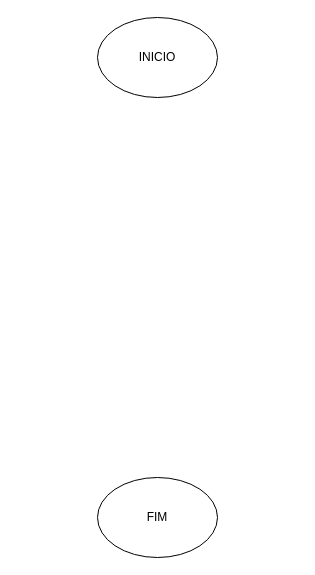
This is FLUXOGRAMA 1/2.drawio from Daniel01-pro/fluxogramas, a draw.io file, before an edit. Source tidied: cells renumbered, new cells numbered last; positions are measured from the earlier drawing's top-left corner, leaving out a move shared by most shapes. Both pictures are drawn from the tidied source at 100%, with x=0, y=0 at pixel (97, 17).
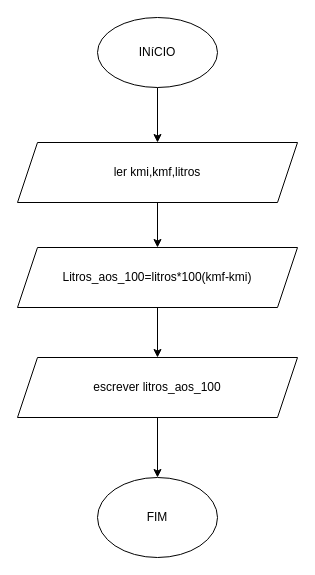
After the change.

Commit message:
Atualizar 2.drawio exercicios carro 100 km

Change to the diagram source:
```diff
@@
 <mxGraphModel>
   <root>
     <mxCell id="0" />
     <mxCell id="1" parent="0" />
+    <mxCell id="4" style="edgeStyle=orthogonalEdgeStyle;rounded=0;jettySize=auto;html=1;entryX=0.5;entryY=0;entryDx=0;entryDy=0;" parent="1" edge="1" source="2" target="6">
+      <mxGeometry relative="1" as="geometry" />
+    </mxCell>
-    <mxCell id="2" value="INICIO" style="ellipse;whiteSpace=wrap;html=1;shapeInside=1;" parent="1" vertex="1">
-      <mxGeometry width="120" height="80" as="geometry" />
+    <mxCell id="2" value="INíCIO" style="ellipse;whiteSpace=wrap;html=1;shapeInside=1;" parent="1" vertex="1">
+      <mxGeometry width="120" height="70" as="geometry" />
     </mxCell>
     <mxCell id="3" value="FIM" style="ellipse;whiteSpace=wrap;html=1;shapeInside=1;" parent="1" vertex="1">
       <mxGeometry y="460" width="120" height="80" as="geometry" />
     </mxCell>
+    <mxCell id="5" style="edgeStyle=orthogonalEdgeStyle;rounded=0;jettySize=auto;html=1;entryX=0.5;entryY=0;entryDx=0;entryDy=0;" parent="1" edge="1" source="6" target="8">
+      <mxGeometry relative="1" as="geometry" />
+    </mxCell>
+    <mxCell id="6" value="ler kmi,kmf,litros" style="shape=parallelogram;perimeter=parallelogramPerimeter;whiteSpace=wrap;html=1;shapeInside=1;fixedSize=1;" parent="1" vertex="1">
+      <mxGeometry x="-80" y="125" width="280" height="60" as="geometry" />
+    </mxCell>
+    <mxCell id="7" style="edgeStyle=orthogonalEdgeStyle;rounded=0;jettySize=auto;html=1;" parent="1" edge="1" source="8" target="10">
+      <mxGeometry relative="1" as="geometry" />
+    </mxCell>
+    <mxCell id="8" value="&lt;div&gt;Litros_aos_100=litros*100(kmf-kmi)&lt;/div&gt;" style="shape=parallelogram;perimeter=parallelogramPerimeter;whiteSpace=wrap;html=1;shapeInside=1;fixedSize=1;" parent="1" vertex="1">
+      <mxGeometry x="-80" y="230" width="280" height="60" as="geometry" />
+    </mxCell>
+    <mxCell id="9" style="edgeStyle=orthogonalEdgeStyle;rounded=0;jettySize=auto;html=1;" parent="1" edge="1" source="10" target="3">
+      <mxGeometry relative="1" as="geometry" />
+    </mxCell>
+    <mxCell id="10" value="&lt;div&gt;escrever litros_aos_100&lt;/div&gt;" style="shape=parallelogram;perimeter=parallelogramPerimeter;whiteSpace=wrap;html=1;shapeInside=1;fixedSize=1;" parent="1" vertex="1">
+      <mxGeometry x="-80" y="340" width="280" height="60" as="geometry" />
+    </mxCell>
   </root>
 </mxGraphModel>
```
